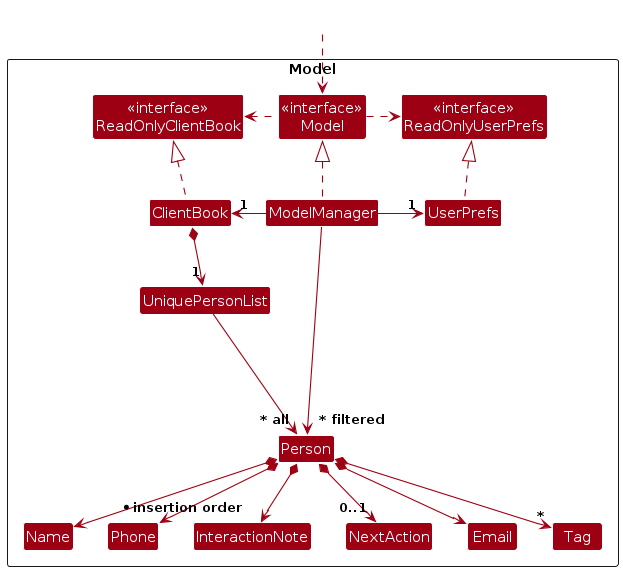
This is diagrams/ModelClassDiagram.png from AY2627S1-CS2103T-F14a-4/tp, a PlantUML export, as it was before one commit. Its source is kept beside it as diagrams/ModelClassDiagram.puml.
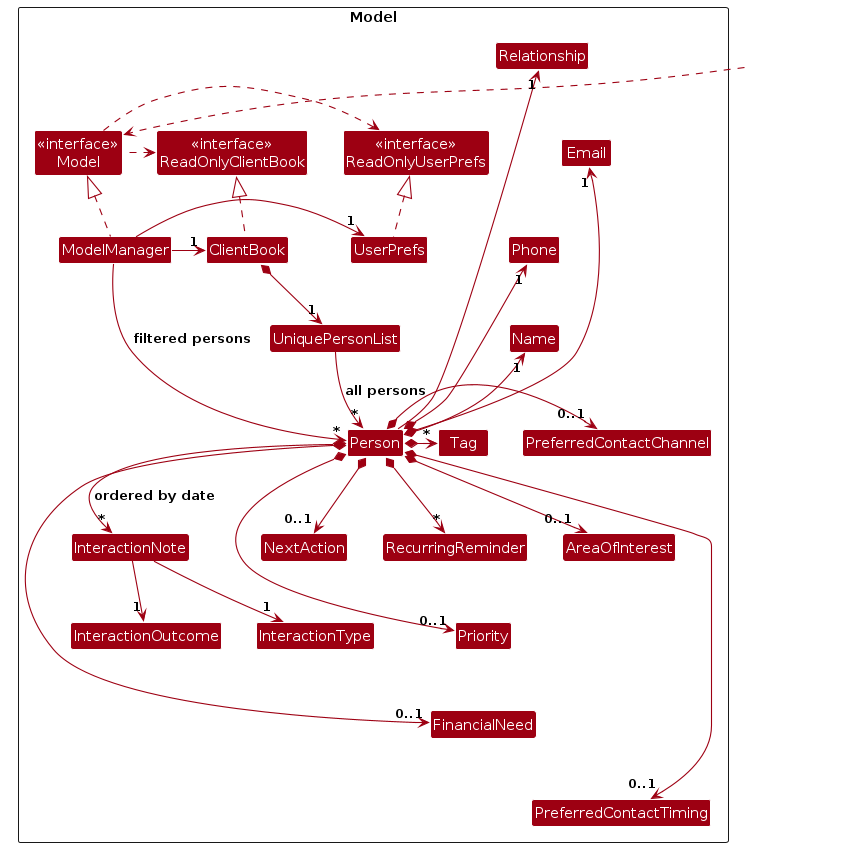
The same file after the commit.

Diff of the diagram source:
```diff
@@ -16,12 +16,19 @@
 Class Person
 Class InteractionNote
 Class NextAction
+Class RecurringReminder
+Class FinancialNeed
+Class Priority
+Class AreaOfInterest
+Class PreferredContactChannel
+Class PreferredContactTiming
 Class Email
 Class Name
 Class Phone
 Class Tag
-
-Class I #FFFFFF
+Enum Relationship
+Enum InteractionType
+Enum InteractionOutcome
 }
 
 Class HiddenOutside #FFFFFF
@@ -37,18 +44,33 @@
 UserPrefs .up.|> ReadOnlyUserPrefs
 
 ClientBook *--> "1" UniquePersonList
-UniquePersonList --> "~* all" Person
-Person *--> Name
-Person *--> Phone
-Person *--> Email
-Person *--> "*" Tag
-Person *--> "* insertion order" InteractionNote
-Person *--> "0..1" NextAction
+UniquePersonList --> "*" Person : all persons
+Person *-left-> "1" Name
+Person *-left-> "1" Phone
+Person *-left-> "1" Email
+Person -left-> "1" Relationship
+Person *-left-> "*" Tag
+Person *-down-> "*" InteractionNote : ordered by date
+Person *-down-> "0..1" NextAction
+Person *-down-> "*" RecurringReminder
+Person *-right-> "0..1" FinancialNeed
+Person *-right-> "0..1" Priority
+Person *-right-> "0..1" AreaOfInterest
+Person *-right-> "0..1" PreferredContactChannel
+Person *-right-> "0..1" PreferredContactTiming
 
-Person -[hidden]up--> I
-UniquePersonList -[hidden]right-> I
+InteractionNote -down-> "1" InteractionType
+InteractionNote -down-> "1" InteractionOutcome
 
-Name -[hidden]right-> Phone
+Relationship -[hidden]down- Email
+Email -[hidden]down- Phone
+Phone -[hidden]down- Name
+Name -[hidden]down- Tag
 
-ModelManager --> "~* filtered" Person
+PreferredContactChannel -[hidden]down- AreaOfInterest
+AreaOfInterest -[hidden]down- Priority
+Priority -[hidden]down- FinancialNeed
+FinancialNeed -[hidden]down- PreferredContactTiming
+
+ModelManager --> "*" Person : filtered persons
 @enduml
```
